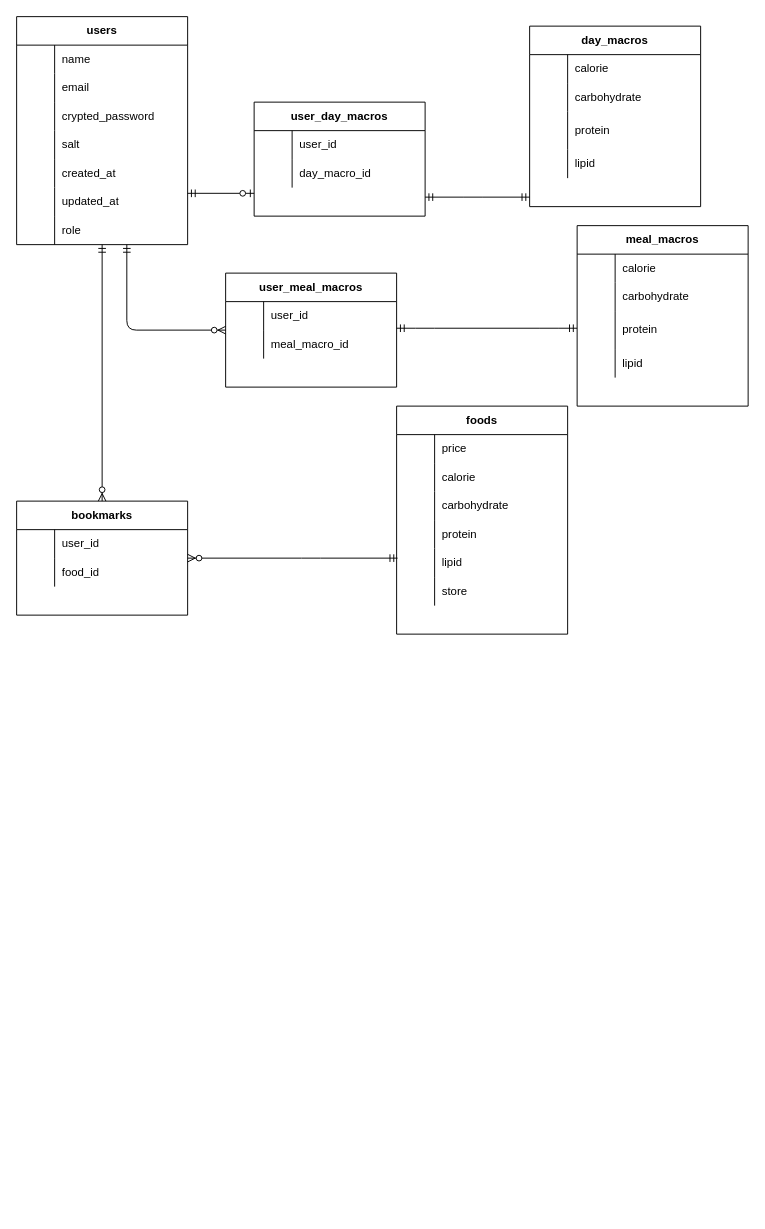
The draw.io diagram er.drawio in Ryutaro-horiuchi/macro_store, before the edit. Source tidied: cells renumbered, new cells numbered last; positions are measured from the earlier drawing's top-left corner, leaving out a move shared by most shapes. Both pictures are drawn from the tidied source at 95%, with x=0, y=0 at pixel (16, 16).
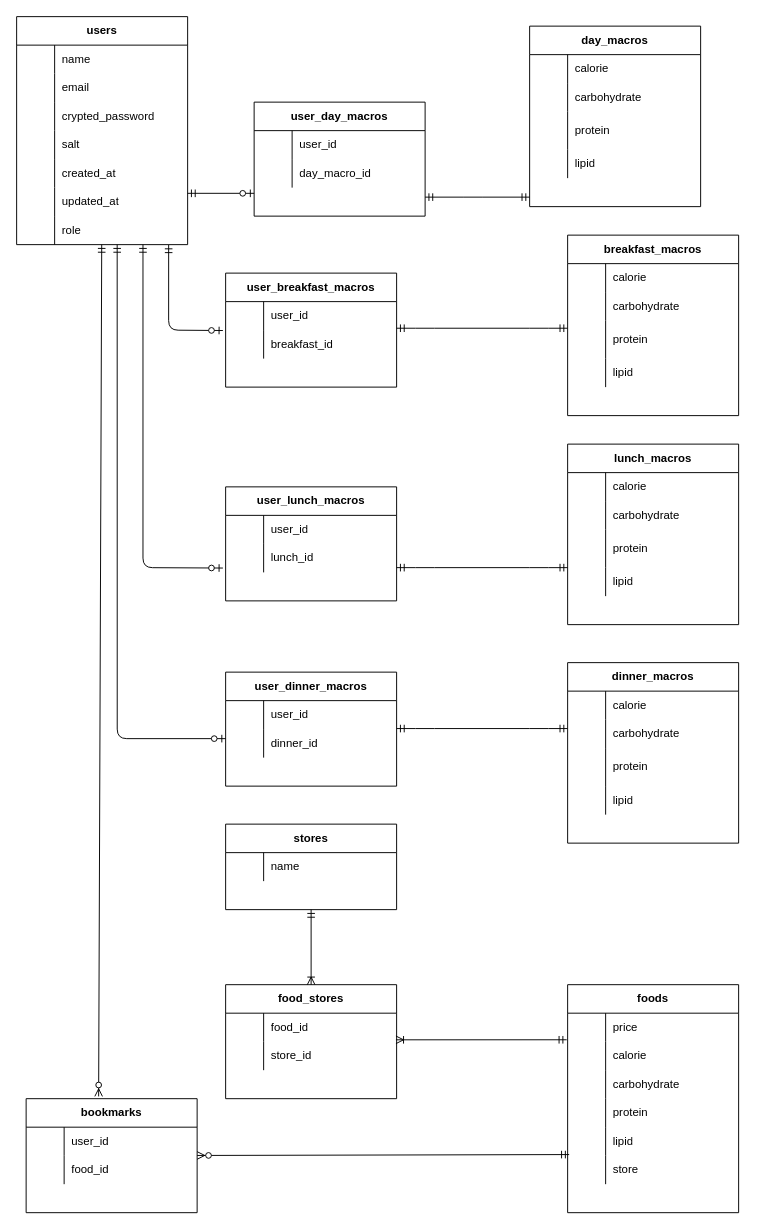
The same page after the edit.

Unchanged cells that the change refers to:
```xml
<mxCell id="2" value="users" style="shape=table;html=1;whiteSpace=wrap;startSize=30;childLayout=tableLayout;rowLines=0;fontStyle=1;align=center;" parent="1" vertex="1">
  <mxGeometry width="180" height="240" as="geometry" />
</mxCell>
<mxCell id="21" style="shape=partialRectangle;html=1;whiteSpace=wrap;fillColor=none;top=0;left=0;bottom=0;right=0;points=[[0,0.5],[1,0.5]];portConstraint=eastwest;" parent="2" vertex="1">
  <mxGeometry y="210" width="180" height="30" as="geometry" />
</mxCell>
<mxCell id="37" style="shape=partialRectangle;html=1;whiteSpace=wrap;fillColor=none;top=0;left=0;bottom=0;right=0;points=[[0,0.5],[1,0.5]];portConstraint=eastwest;" parent="24" vertex="1">
  <mxGeometry y="150" width="180" height="30" as="geometry" />
</mxCell>
<mxCell id="47" style="shape=partialRectangle;html=1;whiteSpace=wrap;fillColor=none;top=0;left=0;bottom=0;right=0;points=[[0,0.5],[1,0.5]];portConstraint=eastwest;" parent="43" vertex="1">
  <mxGeometry y="60" width="180" height="30" as="geometry" />
</mxCell>
```

The edit, as a diff of the source:
```diff
@@
     <mxCell id="24" value="foods" style="shape=table;html=1;whiteSpace=wrap;startSize=30;childLayout=tableLayout;rowLines=0;fontStyle=1;align=center;" parent="1" vertex="1">
-      <mxGeometry x="400" y="410" width="180" height="240" as="geometry" />
+      <mxGeometry x="580" y="1019" width="180" height="240" as="geometry" />
     </mxCell>
@@
-    <mxCell id="43" value="user_meal_macros" style="shape=table;html=1;whiteSpace=wrap;startSize=30;childLayout=tableLayout;rowLines=0;fontStyle=1;align=center;" parent="1" vertex="1">
+    <mxCell id="43" value="user_breakfast_macros" style="shape=table;html=1;whiteSpace=wrap;startSize=30;childLayout=tableLayout;rowLines=0;fontStyle=1;align=center;" parent="1" vertex="1">
       <mxGeometry x="220" y="270" width="180" height="120" as="geometry" />
     </mxCell>
@@
-    <mxCell id="49" value="meal_macro_id" style="shape=partialRectangle;html=1;whiteSpace=wrap;fillColor=none;top=0;left=0;bottom=0;right=0;align=left;spacingLeft=6;overflow=hidden;" parent="47" vertex="1">
+    <mxCell id="49" value="breakfast_id" style="shape=partialRectangle;html=1;whiteSpace=wrap;fillColor=none;top=0;left=0;bottom=0;right=0;align=left;spacingLeft=6;overflow=hidden;" parent="47" vertex="1">
       <mxGeometry x="40" width="140" height="30" as="geometry" />
     </mxCell>
     <mxCell id="50" value="bookmarks" style="shape=table;html=1;whiteSpace=wrap;startSize=30;childLayout=tableLayout;rowLines=0;fontStyle=1;align=center;" parent="1" vertex="1">
-      <mxGeometry y="510" width="180" height="120" as="geometry" />
+      <mxGeometry x="10" y="1139" width="180" height="120" as="geometry" />
     </mxCell>
@@
-    <mxCell id="57" value="meal_macros" style="shape=table;html=1;whiteSpace=wrap;startSize=30;childLayout=tableLayout;rowLines=0;fontStyle=1;align=center;" parent="1" vertex="1">
-      <mxGeometry x="590" y="220" width="180" height="190" as="geometry" />
+    <mxCell id="57" value="breakfast_macros" style="shape=table;html=1;whiteSpace=wrap;startSize=30;childLayout=tableLayout;rowLines=0;fontStyle=1;align=center;" parent="1" vertex="1">
+      <mxGeometry x="580" y="230" width="180" height="190" as="geometry" />
     </mxCell>
@@
-    <mxCell id="90" style="fontSize=12;html=1;endArrow=ERzeroToMany;startArrow=ERmandOne;" parent="1" edge="1" source="2" target="50">
+    <mxCell id="90" style="fontSize=12;html=1;endArrow=ERzeroToMany;startArrow=ERmandOne;entryX=0.424;entryY=-0.02;entryDx=0;entryDy=0;entryPerimeter=0;" parent="1" edge="1" source="2" target="50">
       <mxGeometry relative="1" as="geometry" />
     </mxCell>
-    <mxCell id="91" style="fontSize=12;html=1;endArrow=ERzeroToMany;startArrow=ERmandOne;" parent="1" edge="1" target="50">
-      <mxGeometry relative="1" as="geometry">
-        <mxPoint x="401" y="570" as="sourcePoint" />
-        <Array as="points">
-          <mxPoint x="310" y="570" />
-        </Array>
-      </mxGeometry>
+    <mxCell id="91" style="fontSize=12;html=1;endArrow=ERzeroToMany;startArrow=ERmandOne;exitX=0.009;exitY=0.961;exitDx=0;exitDy=0;exitPerimeter=0;" parent="1" edge="1" source="37" target="50">
+      <mxGeometry relative="1" as="geometry" />
     </mxCell>
-    <mxCell id="92" style="edgeStyle=orthogonalEdgeStyle;fontSize=12;html=1;endArrow=ERzeroToMany;startArrow=ERmandOne;" parent="1" edge="1" source="21" target="43">
-      <mxGeometry relative="1" as="geometry">
-        <Array as="points">
-          <mxPoint x="116" y="330" />
-        </Array>
-      </mxGeometry>
-    </mxCell>
@@
     <mxCell id="94" style="edgeStyle=entityRelationEdgeStyle;fontSize=12;html=1;endArrow=ERmandOne;startArrow=ERmandOne;" parent="1" edge="1">
       <mxGeometry relative="1" as="geometry">
         <mxPoint x="400" y="328" as="sourcePoint" />
-        <mxPoint x="590" y="328" as="targetPoint" />
+        <mxPoint x="580" y="328" as="targetPoint" />
       </mxGeometry>
     </mxCell>
@@
+    <mxCell id="96" value="dinner_macros" style="shape=table;html=1;whiteSpace=wrap;startSize=30;childLayout=tableLayout;rowLines=0;fontStyle=1;align=center;" parent="1" vertex="1">
+      <mxGeometry x="580" y="680" width="180" height="190" as="geometry" />
+    </mxCell>
+    <mxCell id="97" style="shape=partialRectangle;html=1;whiteSpace=wrap;fillColor=none;top=0;left=0;bottom=0;right=0;" parent="96" vertex="1">
+      <mxGeometry y="30" width="180" height="30" as="geometry" />
+    </mxCell>
+    <mxCell id="98" style="shape=partialRectangle;html=1;whiteSpace=wrap;fillColor=none;top=0;left=0;bottom=0;right=0;overflow=hidden;" parent="97" vertex="1">
+      <mxGeometry width="40" height="30" as="geometry" />
+    </mxCell>
+    <mxCell id="99" value="calorie" style="shape=partialRectangle;html=1;whiteSpace=wrap;fillColor=none;top=0;left=0;bottom=0;right=0;align=left;spacingLeft=6;overflow=hidden;" parent="97" vertex="1">
+      <mxGeometry x="40" width="140" height="30" as="geometry" />
+    </mxCell>
+    <mxCell id="100" style="shape=partialRectangle;html=1;whiteSpace=wrap;fillColor=none;top=0;left=0;bottom=0;right=0;" parent="96" vertex="1">
+      <mxGeometry y="60" width="180" height="30" as="geometry" />
+    </mxCell>
+    <mxCell id="101" style="shape=partialRectangle;html=1;whiteSpace=wrap;fillColor=none;top=0;left=0;bottom=0;right=0;overflow=hidden;" parent="100" vertex="1">
+      <mxGeometry width="40" height="30" as="geometry" />
+    </mxCell>
+    <mxCell id="102" value="carbohydrate" style="shape=partialRectangle;html=1;whiteSpace=wrap;fillColor=none;top=0;left=0;bottom=0;right=0;align=left;spacingLeft=6;overflow=hidden;" parent="100" vertex="1">
+      <mxGeometry x="40" width="140" height="30" as="geometry" />
+    </mxCell>
+    <mxCell id="103" style="shape=partialRectangle;html=1;whiteSpace=wrap;fillColor=none;top=0;left=0;bottom=0;right=0;" parent="96" vertex="1">
+      <mxGeometry y="90" width="180" height="40" as="geometry" />
+    </mxCell>
+    <mxCell id="104" style="shape=partialRectangle;html=1;whiteSpace=wrap;fillColor=none;top=0;left=0;bottom=0;right=0;overflow=hidden;" parent="103" vertex="1">
+      <mxGeometry width="40" height="40" as="geometry" />
+    </mxCell>
+    <mxCell id="105" value="protein" style="shape=partialRectangle;html=1;whiteSpace=wrap;fillColor=none;top=0;left=0;bottom=0;right=0;align=left;spacingLeft=6;overflow=hidden;" parent="103" vertex="1">
+      <mxGeometry x="40" width="140" height="40" as="geometry" />
+    </mxCell>
+    <mxCell id="106" style="shape=partialRectangle;html=1;whiteSpace=wrap;fillColor=none;top=0;left=0;bottom=0;right=0;" parent="96" vertex="1">
+      <mxGeometry y="130" width="180" height="30" as="geometry" />
+    </mxCell>
+    <mxCell id="107" style="shape=partialRectangle;html=1;whiteSpace=wrap;fillColor=none;top=0;left=0;bottom=0;right=0;overflow=hidden;" parent="106" vertex="1">
+      <mxGeometry width="40" height="30" as="geometry" />
+    </mxCell>
+    <mxCell id="108" value="lipid" style="shape=partialRectangle;html=1;whiteSpace=wrap;fillColor=none;top=0;left=0;bottom=0;right=0;align=left;spacingLeft=6;overflow=hidden;" parent="106" vertex="1">
+      <mxGeometry x="40" width="140" height="30" as="geometry" />
+    </mxCell>
+    <mxCell id="109" value="lunch_macros" style="shape=table;html=1;whiteSpace=wrap;startSize=30;childLayout=tableLayout;rowLines=0;fontStyle=1;align=center;" parent="1" vertex="1">
+      <mxGeometry x="580" y="450" width="180" height="190" as="geometry" />
+    </mxCell>
+    <mxCell id="110" style="shape=partialRectangle;html=1;whiteSpace=wrap;fillColor=none;top=0;left=0;bottom=0;right=0;" parent="109" vertex="1">
+      <mxGeometry y="30" width="180" height="30" as="geometry" />
+    </mxCell>
+    <mxCell id="111" style="shape=partialRectangle;html=1;whiteSpace=wrap;fillColor=none;top=0;left=0;bottom=0;right=0;overflow=hidden;" parent="110" vertex="1">
+      <mxGeometry width="40" height="30" as="geometry" />
+    </mxCell>
+    <mxCell id="112" value="calorie" style="shape=partialRectangle;html=1;whiteSpace=wrap;fillColor=none;top=0;left=0;bottom=0;right=0;align=left;spacingLeft=6;overflow=hidden;" parent="110" vertex="1">
+      <mxGeometry x="40" width="140" height="30" as="geometry" />
+    </mxCell>
+    <mxCell id="113" style="shape=partialRectangle;html=1;whiteSpace=wrap;fillColor=none;top=0;left=0;bottom=0;right=0;" parent="109" vertex="1">
+      <mxGeometry y="60" width="180" height="30" as="geometry" />
+    </mxCell>
+    <mxCell id="114" style="shape=partialRectangle;html=1;whiteSpace=wrap;fillColor=none;top=0;left=0;bottom=0;right=0;overflow=hidden;" parent="113" vertex="1">
+      <mxGeometry width="40" height="30" as="geometry" />
+    </mxCell>
+    <mxCell id="115" value="carbohydrate" style="shape=partialRectangle;html=1;whiteSpace=wrap;fillColor=none;top=0;left=0;bottom=0;right=0;align=left;spacingLeft=6;overflow=hidden;" parent="113" vertex="1">
+      <mxGeometry x="40" width="140" height="30" as="geometry" />
+    </mxCell>
+    <mxCell id="116" style="shape=partialRectangle;html=1;whiteSpace=wrap;fillColor=none;top=0;left=0;bottom=0;right=0;" parent="109" vertex="1">
+      <mxGeometry y="90" width="180" height="40" as="geometry" />
+    </mxCell>
+    <mxCell id="117" style="shape=partialRectangle;html=1;whiteSpace=wrap;fillColor=none;top=0;left=0;bottom=0;right=0;overflow=hidden;" parent="116" vertex="1">
+      <mxGeometry width="40" height="40" as="geometry" />
+    </mxCell>
+    <mxCell id="118" value="protein" style="shape=partialRectangle;html=1;whiteSpace=wrap;fillColor=none;top=0;left=0;bottom=0;right=0;align=left;spacingLeft=6;overflow=hidden;" parent="116" vertex="1">
+      <mxGeometry x="40" width="140" height="40" as="geometry" />
+    </mxCell>
+    <mxCell id="119" style="shape=partialRectangle;html=1;whiteSpace=wrap;fillColor=none;top=0;left=0;bottom=0;right=0;" parent="109" vertex="1">
+      <mxGeometry y="130" width="180" height="30" as="geometry" />
+    </mxCell>
+    <mxCell id="120" style="shape=partialRectangle;html=1;whiteSpace=wrap;fillColor=none;top=0;left=0;bottom=0;right=0;overflow=hidden;" parent="119" vertex="1">
+      <mxGeometry width="40" height="30" as="geometry" />
+    </mxCell>
+    <mxCell id="121" value="lipid" style="shape=partialRectangle;html=1;whiteSpace=wrap;fillColor=none;top=0;left=0;bottom=0;right=0;align=left;spacingLeft=6;overflow=hidden;" parent="119" vertex="1">
+      <mxGeometry x="40" width="140" height="30" as="geometry" />
+    </mxCell>
+    <mxCell id="122" value="user_lunch_macros" style="shape=table;html=1;whiteSpace=wrap;startSize=30;childLayout=tableLayout;rowLines=0;fontStyle=1;align=center;" parent="1" vertex="1">
+      <mxGeometry x="220" y="495" width="180" height="120" as="geometry" />
+    </mxCell>
+    <mxCell id="123" style="shape=partialRectangle;html=1;whiteSpace=wrap;fillColor=none;top=0;left=0;bottom=0;right=0;" parent="122" vertex="1">
+      <mxGeometry y="30" width="180" height="30" as="geometry" />
+    </mxCell>
+    <mxCell id="124" style="shape=partialRectangle;html=1;whiteSpace=wrap;fillColor=none;top=0;left=0;bottom=0;right=0;overflow=hidden;" parent="123" vertex="1">
+      <mxGeometry width="40" height="30" as="geometry" />
+    </mxCell>
+    <mxCell id="125" value="user_id" style="shape=partialRectangle;html=1;whiteSpace=wrap;fillColor=none;top=0;left=0;bottom=0;right=0;align=left;spacingLeft=6;overflow=hidden;" parent="123" vertex="1">
+      <mxGeometry x="40" width="140" height="30" as="geometry" />
+    </mxCell>
+    <mxCell id="126" style="shape=partialRectangle;html=1;whiteSpace=wrap;fillColor=none;top=0;left=0;bottom=0;right=0;points=[[0,0.5],[1,0.5]];portConstraint=eastwest;" parent="122" vertex="1">
+      <mxGeometry y="60" width="180" height="30" as="geometry" />
+    </mxCell>
+    <mxCell id="127" style="shape=partialRectangle;html=1;whiteSpace=wrap;fillColor=none;top=0;left=0;bottom=0;right=0;overflow=hidden;" parent="126" vertex="1">
+      <mxGeometry width="40" height="30" as="geometry" />
+    </mxCell>
+    <mxCell id="128" value="lunch_id" style="shape=partialRectangle;html=1;whiteSpace=wrap;fillColor=none;top=0;left=0;bottom=0;right=0;align=left;spacingLeft=6;overflow=hidden;" parent="126" vertex="1">
+      <mxGeometry x="40" width="140" height="30" as="geometry" />
+    </mxCell>
+    <mxCell id="129" value="user_dinner_macros" style="shape=table;html=1;whiteSpace=wrap;startSize=30;childLayout=tableLayout;rowLines=0;fontStyle=1;align=center;" parent="1" vertex="1">
+      <mxGeometry x="220" y="690" width="180" height="120" as="geometry" />
+    </mxCell>
+    <mxCell id="130" style="shape=partialRectangle;html=1;whiteSpace=wrap;fillColor=none;top=0;left=0;bottom=0;right=0;" parent="129" vertex="1">
+      <mxGeometry y="30" width="180" height="30" as="geometry" />
+    </mxCell>
+    <mxCell id="131" style="shape=partialRectangle;html=1;whiteSpace=wrap;fillColor=none;top=0;left=0;bottom=0;right=0;overflow=hidden;" parent="130" vertex="1">
+      <mxGeometry width="40" height="30" as="geometry" />
+    </mxCell>
+    <mxCell id="132" value="user_id" style="shape=partialRectangle;html=1;whiteSpace=wrap;fillColor=none;top=0;left=0;bottom=0;right=0;align=left;spacingLeft=6;overflow=hidden;" parent="130" vertex="1">
+      <mxGeometry x="40" width="140" height="30" as="geometry" />
+    </mxCell>
+    <mxCell id="133" style="shape=partialRectangle;html=1;whiteSpace=wrap;fillColor=none;top=0;left=0;bottom=0;right=0;" parent="129" vertex="1">
+      <mxGeometry y="60" width="180" height="30" as="geometry" />
+    </mxCell>
+    <mxCell id="134" style="shape=partialRectangle;html=1;whiteSpace=wrap;fillColor=none;top=0;left=0;bottom=0;right=0;overflow=hidden;" parent="133" vertex="1">
+      <mxGeometry width="40" height="30" as="geometry" />
+    </mxCell>
+    <mxCell id="135" value="dinner_id" style="shape=partialRectangle;html=1;whiteSpace=wrap;fillColor=none;top=0;left=0;bottom=0;right=0;align=left;spacingLeft=6;overflow=hidden;" parent="133" vertex="1">
+      <mxGeometry x="40" width="140" height="30" as="geometry" />
+    </mxCell>
+    <mxCell id="136" style="edgeStyle=entityRelationEdgeStyle;fontSize=12;html=1;endArrow=ERmandOne;startArrow=ERmandOne;" parent="1" edge="1">
+      <mxGeometry relative="1" as="geometry">
+        <mxPoint x="400" y="580" as="sourcePoint" />
+        <mxPoint x="580" y="580" as="targetPoint" />
+      </mxGeometry>
+    </mxCell>
+    <mxCell id="137" style="edgeStyle=entityRelationEdgeStyle;fontSize=12;html=1;endArrow=ERmandOne;startArrow=ERmandOne;" parent="1" edge="1">
+      <mxGeometry relative="1" as="geometry">
+        <mxPoint x="400" y="749.4" as="sourcePoint" />
+        <mxPoint x="580" y="749.4" as="targetPoint" />
+      </mxGeometry>
+    </mxCell>
+    <mxCell id="138" value="stores" style="shape=table;html=1;whiteSpace=wrap;startSize=30;childLayout=tableLayout;rowLines=0;fontStyle=1;align=center;" parent="1" vertex="1">
+      <mxGeometry x="220" y="850" width="180" height="90" as="geometry" />
+    </mxCell>
+    <mxCell id="139" style="shape=partialRectangle;html=1;whiteSpace=wrap;fillColor=none;top=0;left=0;bottom=0;right=0;" parent="138" vertex="1">
+      <mxGeometry y="30" width="180" height="30" as="geometry" />
+    </mxCell>
+    <mxCell id="140" style="shape=partialRectangle;html=1;whiteSpace=wrap;fillColor=none;top=0;left=0;bottom=0;right=0;overflow=hidden;" parent="139" vertex="1">
+      <mxGeometry width="40" height="30" as="geometry" />
+    </mxCell>
+    <mxCell id="141" value="name" style="shape=partialRectangle;html=1;whiteSpace=wrap;fillColor=none;top=0;left=0;bottom=0;right=0;align=left;spacingLeft=6;overflow=hidden;" parent="139" vertex="1">
+      <mxGeometry x="40" width="140" height="30" as="geometry" />
+    </mxCell>
+    <mxCell id="142" value="food_stores" style="shape=table;html=1;whiteSpace=wrap;startSize=30;childLayout=tableLayout;rowLines=0;fontStyle=1;align=center;" parent="1" vertex="1">
+      <mxGeometry x="220" y="1019" width="180" height="120" as="geometry" />
+    </mxCell>
+    <mxCell id="143" style="shape=partialRectangle;html=1;whiteSpace=wrap;fillColor=none;top=0;left=0;bottom=0;right=0;points=[[0,0.5],[1,0.5]];portConstraint=eastwest;" parent="142" vertex="1">
+      <mxGeometry y="30" width="180" height="30" as="geometry" />
+    </mxCell>
+    <mxCell id="144" style="shape=partialRectangle;html=1;whiteSpace=wrap;fillColor=none;top=0;left=0;bottom=0;right=0;overflow=hidden;" parent="143" vertex="1">
+      <mxGeometry width="40" height="30" as="geometry" />
+    </mxCell>
+    <mxCell id="145" value="food_id" style="shape=partialRectangle;html=1;whiteSpace=wrap;fillColor=none;top=0;left=0;bottom=0;right=0;align=left;spacingLeft=6;overflow=hidden;" parent="143" vertex="1">
+      <mxGeometry x="40" width="140" height="30" as="geometry" />
+    </mxCell>
+    <mxCell id="146" style="shape=partialRectangle;html=1;whiteSpace=wrap;fillColor=none;top=0;left=0;bottom=0;right=0;" parent="142" vertex="1">
+      <mxGeometry y="60" width="180" height="30" as="geometry" />
+    </mxCell>
+    <mxCell id="147" style="shape=partialRectangle;html=1;whiteSpace=wrap;fillColor=none;top=0;left=0;bottom=0;right=0;overflow=hidden;" parent="146" vertex="1">
+      <mxGeometry width="40" height="30" as="geometry" />
+    </mxCell>
+    <mxCell id="148" value="store_id" style="shape=partialRectangle;html=1;whiteSpace=wrap;fillColor=none;top=0;left=0;bottom=0;right=0;align=left;spacingLeft=6;overflow=hidden;" parent="146" vertex="1">
+      <mxGeometry x="40" width="140" height="30" as="geometry" />
+    </mxCell>
+    <mxCell id="149" style="fontSize=12;html=1;endArrow=ERoneToMany;startArrow=ERmandOne;entryX=0.996;entryY=0.935;entryDx=0;entryDy=0;entryPerimeter=0;" parent="1" edge="1" target="143">
+      <mxGeometry relative="1" as="geometry">
+        <mxPoint x="579" y="1077" as="sourcePoint" />
+      </mxGeometry>
+    </mxCell>
+    <mxCell id="150" style="fontSize=12;html=1;endArrow=ERoneToMany;startArrow=ERmandOne;entryX=0.5;entryY=0;entryDx=0;entryDy=0;" parent="1" edge="1" target="142">
+      <mxGeometry relative="1" as="geometry">
+        <mxPoint x="310" y="940" as="sourcePoint" />
+      </mxGeometry>
+    </mxCell>
+    <mxCell id="151" style="fontSize=12;html=1;endArrow=ERzeroToOne;startArrow=ERmandOne;exitX=0.889;exitY=1.014;exitDx=0;exitDy=0;exitPerimeter=0;entryX=-0.016;entryY=0.014;entryDx=0;entryDy=0;entryPerimeter=0;" parent="1" edge="1" source="21" target="47">
+      <mxGeometry relative="1" as="geometry">
+        <Array as="points">
+          <mxPoint x="160" y="330" />
+        </Array>
+      </mxGeometry>
+    </mxCell>
+    <mxCell id="152" style="fontSize=12;html=1;endArrow=ERzeroToOne;startArrow=ERmandOne;entryX=-0.016;entryY=0.848;entryDx=0;entryDy=0;entryPerimeter=0;" parent="1" edge="1" target="126">
+      <mxGeometry relative="1" as="geometry">
+        <mxPoint x="133" y="240" as="sourcePoint" />
+        <Array as="points">
+          <mxPoint x="133" y="580" />
+        </Array>
+      </mxGeometry>
+    </mxCell>
+    <mxCell id="153" style="fontSize=12;html=1;endArrow=ERzeroToOne;startArrow=ERmandOne;exitX=0.588;exitY=1;exitDx=0;exitDy=0;exitPerimeter=0;" parent="1" edge="1" source="21">
+      <mxGeometry relative="1" as="geometry">
+        <mxPoint x="220" y="760" as="targetPoint" />
+        <Array as="points">
+          <mxPoint x="105.9" y="760" />
+        </Array>
+      </mxGeometry>
+    </mxCell>
```
